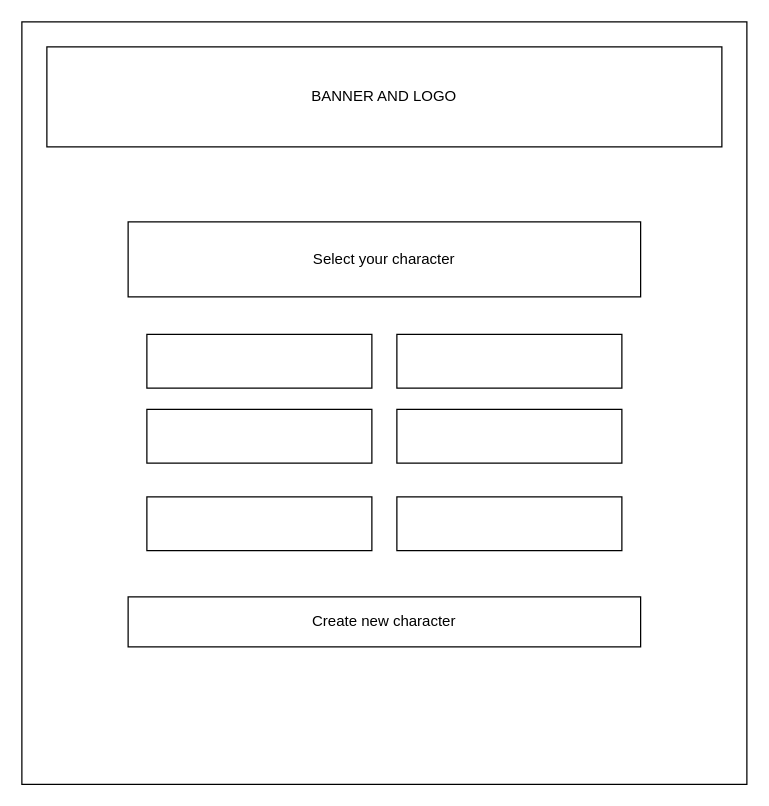
This is frontend/_documents/CharacterSelect.drawio from Taylor-Albright-NSS/galvadia-react, a draw.io file, before an edit. Source tidied: cells renumbered, new cells numbered last; positions are measured from the earlier drawing's top-left corner, leaving out a move shared by most shapes. Both pictures are drawn from the tidied source at 125%, with x=0, y=0 at pixel (21, 21).
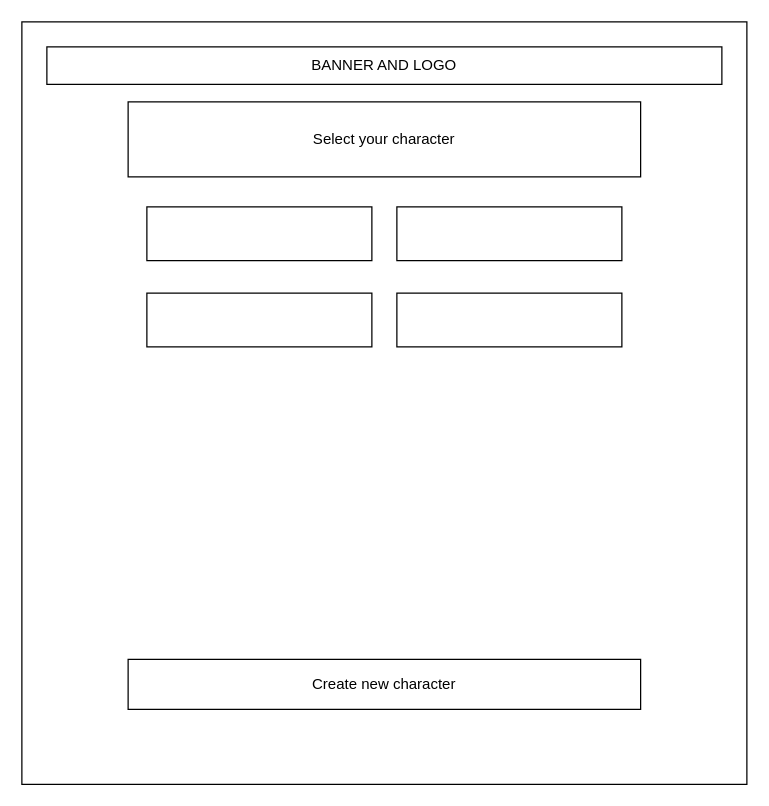
Above is the later version.

What changed in the source:
```diff
@@
 <mxGraphModel>
   <root>
     <mxCell id="0" />
     <mxCell id="1" parent="0" />
     <mxCell id="2" style="whiteSpace=wrap;html=1;" parent="1" vertex="1">
       <mxGeometry width="580" height="610" as="geometry" />
     </mxCell>
     <mxCell id="3" value="Select your character" style="whiteSpace=wrap;html=1;" parent="1" vertex="1">
-      <mxGeometry x="85" y="160" width="410" height="60" as="geometry" />
+      <mxGeometry x="85" y="64" width="410" height="60" as="geometry" />
     </mxCell>
     <mxCell id="4" style="whiteSpace=wrap;html=1;" parent="1" vertex="1">
-      <mxGeometry x="100" y="250" width="180" height="43" as="geometry" />
+      <mxGeometry x="100" y="217" width="180" height="43" as="geometry" />
     </mxCell>
     <mxCell id="5" style="whiteSpace=wrap;html=1;" parent="1" vertex="1">
-      <mxGeometry x="300" y="250" width="180" height="43" as="geometry" />
+      <mxGeometry x="300" y="217" width="180" height="43" as="geometry" />
     </mxCell>
     <mxCell id="6" value="Create new character" style="whiteSpace=wrap;html=1;" parent="1" vertex="1">
-      <mxGeometry x="85" y="460" width="410" height="40" as="geometry" />
+      <mxGeometry x="85" y="510" width="410" height="40" as="geometry" />
     </mxCell>
-    <mxCell id="7" style="whiteSpace=wrap;html=1;" parent="1" vertex="1">
-      <mxGeometry x="100" y="310" width="180" height="43" as="geometry" />
-    </mxCell>
-    <mxCell id="8" style="whiteSpace=wrap;html=1;" parent="1" vertex="1">
-      <mxGeometry x="100" y="380" width="180" height="43" as="geometry" />
-    </mxCell>
-    <mxCell id="9" style="whiteSpace=wrap;html=1;" parent="1" vertex="1">
-      <mxGeometry x="300" y="310" width="180" height="43" as="geometry" />
-    </mxCell>
-    <mxCell id="10" style="whiteSpace=wrap;html=1;" parent="1" vertex="1">
-      <mxGeometry x="300" y="380" width="180" height="43" as="geometry" />
-    </mxCell>
     <mxCell id="11" value="BANNER AND LOGO" style="whiteSpace=wrap;html=1;" parent="1" vertex="1">
-      <mxGeometry x="20" y="20" width="540" height="80" as="geometry" />
+      <mxGeometry x="20" y="20" width="540" height="30" as="geometry" />
     </mxCell>
+    <mxCell id="12" style="whiteSpace=wrap;html=1;" parent="1" vertex="1">
+      <mxGeometry x="300" y="148" width="180" height="43" as="geometry" />
+    </mxCell>
+    <mxCell id="13" style="whiteSpace=wrap;html=1;" parent="1" vertex="1">
+      <mxGeometry x="100" y="148" width="180" height="43" as="geometry" />
+    </mxCell>
   </root>
 </mxGraphModel>
```
